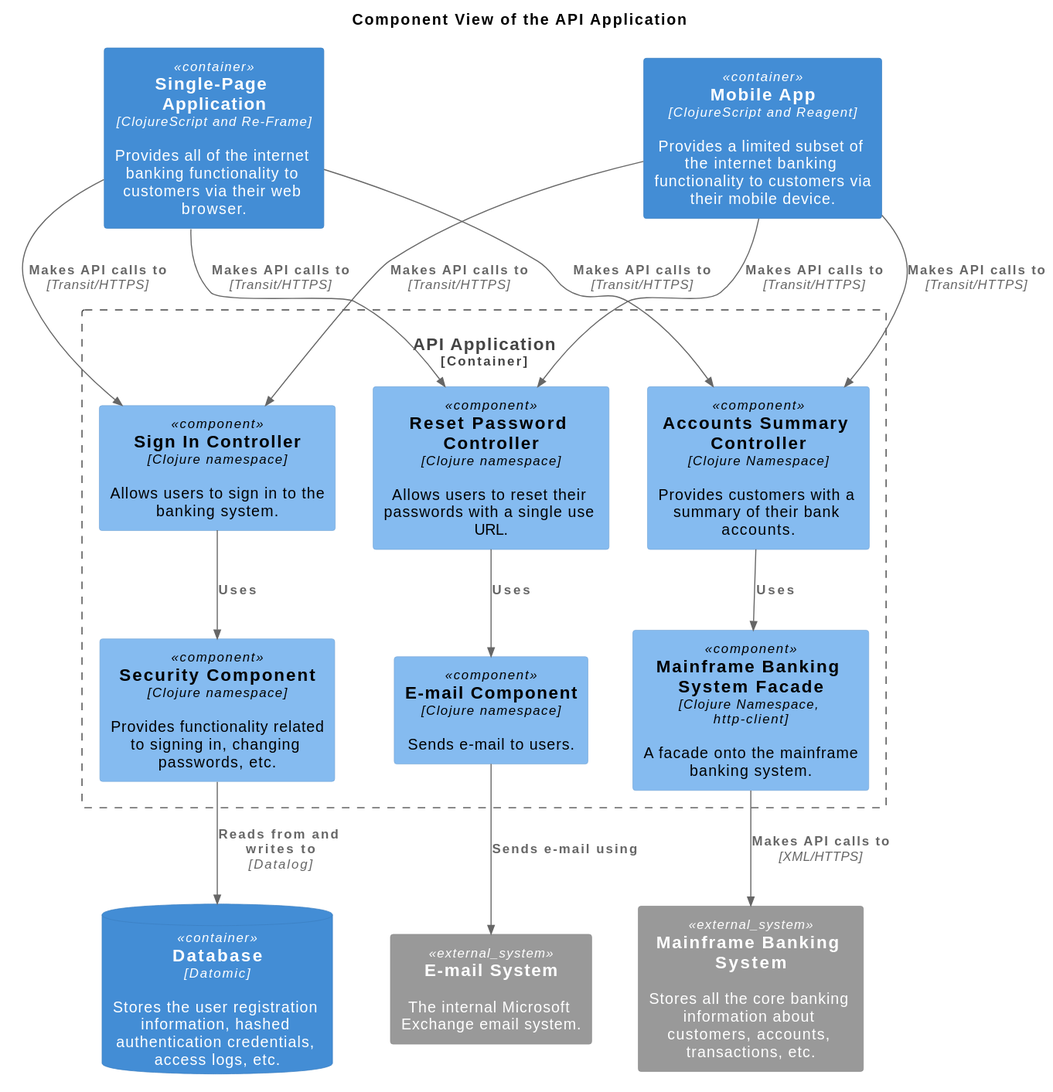
Earlier version of the PlantUML export doc/banking_apiComponentView.svg (soulspace-org/overarch). The source it was exported from:
```plantuml
@startuml banking_apiComponentView
!include https://raw.githubusercontent.com/plantuml-stdlib/C4-PlantUML/master/C4_Component.puml





title Component View of the API Application
Container(banking_singlePageApp, "Single-Page Application", $techn="ClojureScript and Re-Frame", $descr="Provides all of the internet banking functionality to customers via their web browser.")
Container(banking_mobileApp, "Mobile App", $techn="ClojureScript and Reagent", $descr="Provides a limited subset of the internet banking functionality to customers via their mobile device.")
Container_Boundary(banking_apiApplication, "API Application") {
  Component(banking_signInController, "Sign In Controller", $techn="Clojure namespace", $descr="Allows users to sign in to the banking system.")
  Component(banking_securityComponent, "Security Component", $techn="Clojure namespace", $descr="Provides functionality related to signing in, changing passwords, etc.")
  Component(banking_resetPasswordController, "Reset Password Controller", $techn="Clojure namespace", $descr="Allows users to reset their passwords with a single use URL.")
  Component(banking_emailComponent, "E-mail Component", $techn="Clojure namespace", $descr="Sends e-mail to users.")
  Component(banking_accountsSummaryController, "Accounts Summary Controller", $techn="Clojure Namespace", $descr="Provides customers with a summary of their bank accounts.")
  Component(banking_mainframeBankingSystemFacade, "Mainframe Banking System Facade", $techn="Clojure Namespace, http-client", $descr="A facade onto the mainframe banking system.")
}
ContainerDb(banking_database, "Database", $techn="Datomic", $descr="Stores the user registration information, hashed authentication credentials, access logs, etc.")
System_Ext(banking_emailSystem, "E-mail System", $descr="The internal Microsoft Exchange email system.")
System_Ext(banking_mainframeBankingSystem, "Mainframe Banking System", $descr="Stores all the core banking information about customers, accounts, transactions, etc.")
Rel(banking_singlePageApp, banking_signInController, "Makes API calls to", $techn="Transit/HTTPS")
Rel(banking_singlePageApp, banking_resetPasswordController, "Makes API calls to", $techn="Transit/HTTPS")
Rel(banking_singlePageApp, banking_accountsSummaryController, "Makes API calls to", $techn="Transit/HTTPS")
Rel(banking_mobileApp, banking_signInController, "Makes API calls to", $techn="Transit/HTTPS")
Rel(banking_mobileApp, banking_resetPasswordController, "Makes API calls to", $techn="Transit/HTTPS")
Rel(banking_mobileApp, banking_accountsSummaryController, "Makes API calls to", $techn="Transit/HTTPS")
Rel(banking_signInController, banking_securityComponent, "Uses")
Rel(banking_resetPasswordController, banking_emailComponent, "Uses")
Rel(banking_accountsSummaryController, banking_mainframeBankingSystemFacade, "Uses")
Rel(banking_securityComponent, banking_database, "Reads from and writes to", $techn="Datalog")
Rel(banking_emailComponent, banking_emailSystem, "Sends e-mail using")
Rel(banking_mainframeBankingSystemFacade, banking_mainframeBankingSystem, "Makes API calls to", $techn="XML/HTTPS")
@enduml
```
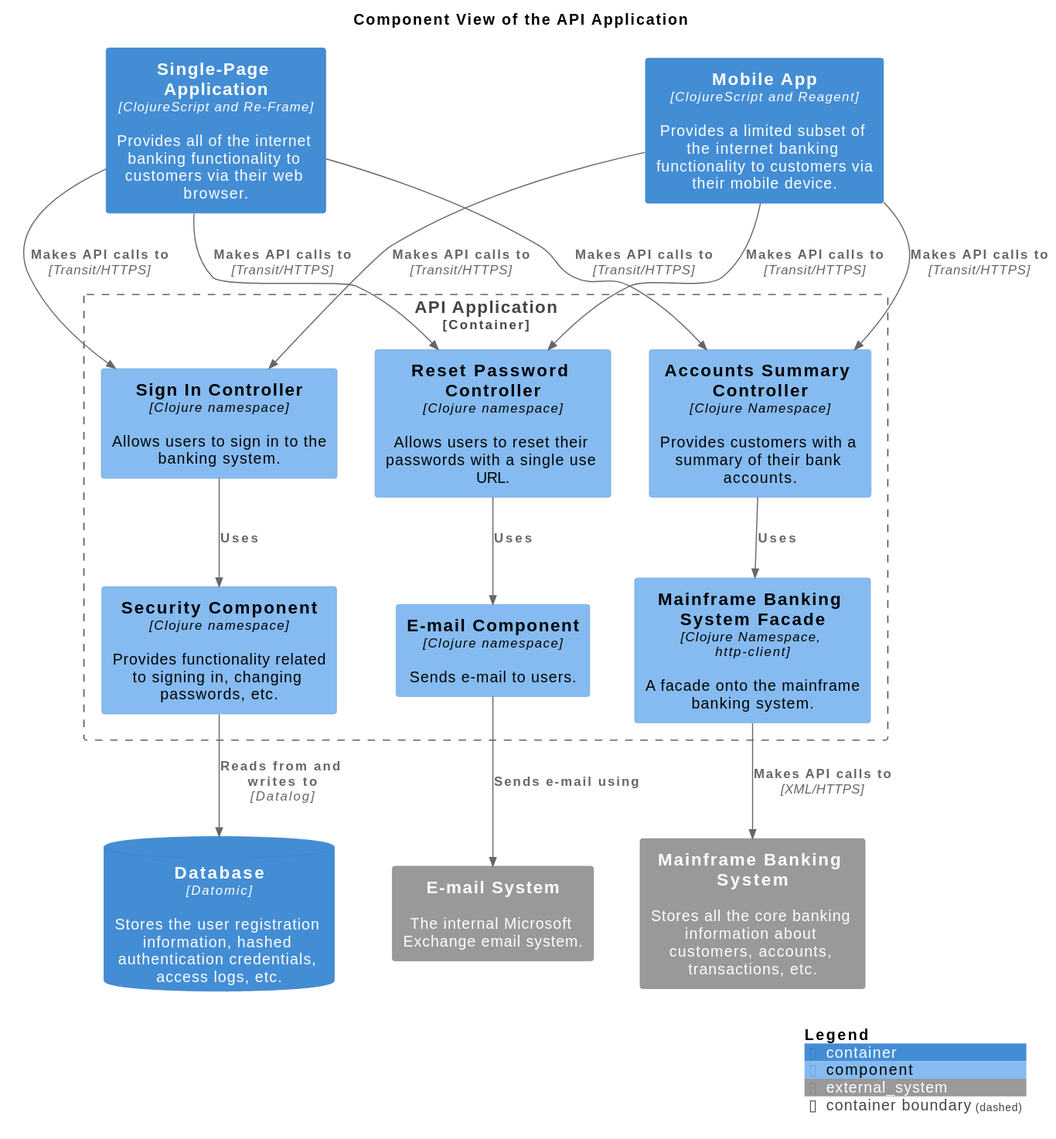
After the change.

Commit message:
added rendered deployment view, updated views

The edit, as a diff of the source:
```diff
@@ -1,6 +1,5 @@
 @startuml banking_apiComponentView
 !include https://raw.githubusercontent.com/plantuml-stdlib/C4-PlantUML/master/C4_Component.puml
-
 
 
 
@@ -31,4 +30,5 @@
 Rel(banking_securityComponent, banking_database, "Reads from and writes to", $techn="Datalog")
 Rel(banking_emailComponent, banking_emailSystem, "Sends e-mail using")
 Rel(banking_mainframeBankingSystemFacade, banking_mainframeBankingSystem, "Makes API calls to", $techn="XML/HTTPS")
+SHOW_LEGEND()
 @enduml
```
